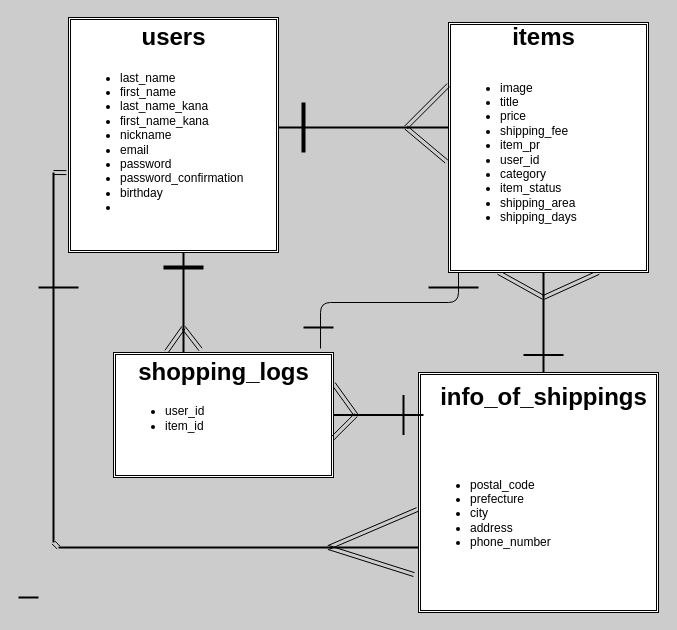
This is config/ER.dio from sekimosan/furima-34870, a draw.io file, before an edit. Source tidied: cells renumbered, new cells numbered last; positions are measured from the earlier drawing's top-left corner, leaving out a move shared by most shapes. Both pictures are drawn from the tidied source at 100%, with x=0, y=0 at pixel (18, 17).
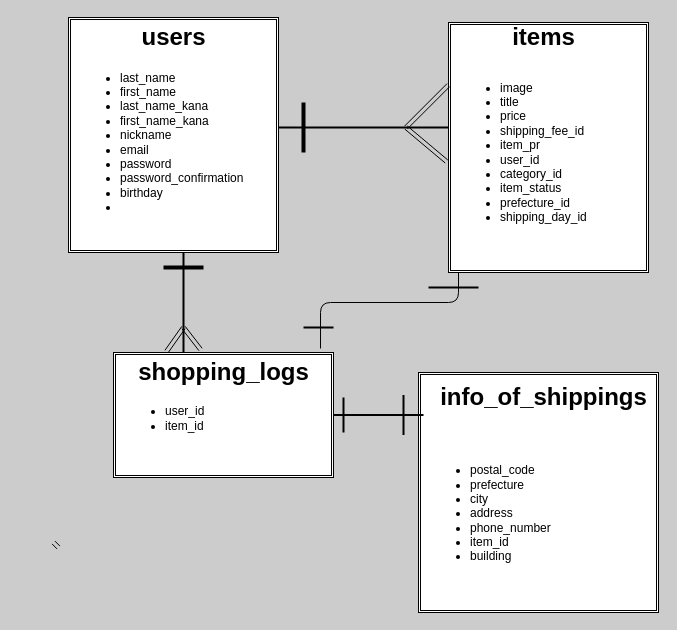
The same diagram, later.

Commit message (it also covers changes not shown here):
データベース設計の修正

Unchanged cells that the change refers to:
```xml
<mxCell id="3" style="shape=ext;double=1;rounded=0;whiteSpace=wrap;html=1;" parent="1" vertex="1">
  <mxGeometry x="50" width="210" height="235" as="geometry" />
</mxCell>
<mxCell id="7" style="shape=ext;double=1;rounded=0;whiteSpace=wrap;html=1;" parent="1" vertex="1">
  <mxGeometry x="430" y="5" width="200" height="250" as="geometry" />
</mxCell>
<mxCell id="8" style="shape=ext;double=1;rounded=0;whiteSpace=wrap;html=1;" parent="1" vertex="1">
  <mxGeometry x="400" y="355" width="240" height="240" as="geometry" />
</mxCell>
<mxCell id="10" style="shape=ext;double=1;rounded=0;whiteSpace=wrap;html=1;" parent="1" vertex="1">
  <mxGeometry x="95" y="335" width="220" height="125" as="geometry" />
</mxCell>
<mxCell id="40" style="line;strokeWidth=2;html=1;align=left;" parent="1" vertex="1">
  <mxGeometry x="315" y="392.5" width="90" height="10" as="geometry" />
</mxCell>
```

What changed in the source:
```diff
@@
-    <mxCell id="5" style="edgeStyle=none;shape=link;rounded=0;jettySize=auto;html=1;exitX=0.25;exitY=1;exitDx=0;exitDy=0;entryX=0.25;entryY=0.5;entryDx=0;entryDy=0;entryPerimeter=0;startArrow=none;startFill=0;" parent="1" edge="1" source="7" target="29">
-      <mxGeometry relative="1" as="geometry" />
-    </mxCell>
-    <mxCell id="6" style="edgeStyle=none;shape=link;rounded=0;jettySize=auto;html=1;exitX=0.75;exitY=1;exitDx=0;exitDy=0;entryX=0.25;entryY=0.5;entryDx=0;entryDy=0;entryPerimeter=0;startArrow=none;startFill=0;" parent="1" edge="1" source="7" target="29">
-      <mxGeometry relative="1" as="geometry" />
-    </mxCell>
@@
-    <mxCell id="9" style="edgeStyle=none;shape=link;rounded=0;jettySize=auto;html=1;exitX=1;exitY=0.25;exitDx=0;exitDy=0;entryX=0.25;entryY=0.5;entryDx=0;entryDy=0;entryPerimeter=0;startArrow=none;startFill=0;" parent="1" edge="1" source="10" target="40">
-      <mxGeometry relative="1" as="geometry" />
-    </mxCell>
@@
-    <mxCell id="14" value="&lt;ul&gt;&lt;li&gt;image&lt;/li&gt;&lt;li&gt;title&lt;/li&gt;&lt;li&gt;price&lt;/li&gt;&lt;li&gt;shipping_fee&lt;/li&gt;&lt;li&gt;item_pr&lt;/li&gt;&lt;li&gt;user_id&lt;/li&gt;&lt;li&gt;category&lt;/li&gt;&lt;li&gt;item_status&lt;/li&gt;&lt;li&gt;shipping_area&lt;/li&gt;&lt;li&gt;shipping_days&lt;/li&gt;&lt;/ul&gt;" style="text;strokeColor=none;fillColor=none;html=1;whiteSpace=wrap;verticalAlign=middle;overflow=hidden;align=left;" parent="1" vertex="1">
+    <mxCell id="14" value="&lt;ul&gt;&lt;li&gt;image&lt;/li&gt;&lt;li&gt;title&lt;/li&gt;&lt;li&gt;price&lt;/li&gt;&lt;li&gt;shipping_fee_id&lt;/li&gt;&lt;li&gt;item_pr&lt;/li&gt;&lt;li&gt;user_id&lt;/li&gt;&lt;li&gt;category_id&lt;/li&gt;&lt;li&gt;item_status&lt;/li&gt;&lt;li&gt;prefecture_id&lt;/li&gt;&lt;li&gt;shipping_day_id&lt;/li&gt;&lt;/ul&gt;" style="text;strokeColor=none;fillColor=none;html=1;whiteSpace=wrap;verticalAlign=middle;overflow=hidden;align=left;" parent="1" vertex="1">
       <mxGeometry x="440" y="25" width="180" height="220" as="geometry" />
     </mxCell>
@@
-    <mxCell id="16" value="&lt;ul&gt;&lt;li&gt;postal_code&lt;/li&gt;&lt;li&gt;prefecture&lt;/li&gt;&lt;li&gt;city&lt;/li&gt;&lt;li&gt;address&lt;/li&gt;&lt;li&gt;phone_number&lt;/li&gt;&lt;/ul&gt;" style="text;strokeColor=none;fillColor=none;html=1;whiteSpace=wrap;verticalAlign=middle;overflow=hidden;align=left;" parent="1" vertex="1">
+    <mxCell id="16" value="&lt;ul&gt;&lt;li&gt;postal_code&lt;/li&gt;&lt;li&gt;prefecture&lt;/li&gt;&lt;li&gt;city&lt;/li&gt;&lt;li&gt;address&lt;/li&gt;&lt;li&gt;phone_number&lt;/li&gt;&lt;li&gt;item_id&lt;/li&gt;&lt;li&gt;building&lt;/li&gt;&lt;/ul&gt;" style="text;strokeColor=none;fillColor=none;html=1;whiteSpace=wrap;verticalAlign=middle;overflow=hidden;align=left;" parent="1" vertex="1">
       <mxGeometry x="410" y="397.5" width="150" height="197.5" as="geometry" />
     </mxCell>
@@
-    <mxCell id="29" style="line;strokeWidth=2;direction=south;html=1;align=left;" parent="1" vertex="1">
-      <mxGeometry x="520" y="255" width="10" height="100" as="geometry" />
-    </mxCell>
-    <mxCell id="30" style="line;strokeWidth=2;html=1;align=left;" parent="1" vertex="1">
-      <mxGeometry x="505" y="332.5" width="40" height="10" as="geometry" />
-    </mxCell>
-    <mxCell id="31" style="edgeStyle=none;shape=link;rounded=0;jettySize=auto;html=1;exitX=1;exitY=0.5;exitDx=0;exitDy=0;exitPerimeter=0;entryX=1;entryY=0.5;entryDx=0;entryDy=0;entryPerimeter=0;startArrow=none;startFill=0;" parent="1" edge="1" source="34" target="36">
-      <mxGeometry relative="1" as="geometry" />
+    <mxCell id="31" style="edgeStyle=none;shape=link;rounded=0;orthogonalLoop=1;jettySize=auto;html=1;exitX=1;exitY=0.5;exitDx=0;exitDy=0;exitPerimeter=0;entryX=1;entryY=0.5;entryDx=0;entryDy=0;entryPerimeter=0;startArrow=none;startFill=0;" parent="1" edge="1">
+      <mxGeometry relative="1" as="geometry">
+        <mxPoint x="40" y="530" as="sourcePoint" />
+        <mxPoint x="35" y="525" as="targetPoint" />
+      </mxGeometry>
     </mxCell>
-    <mxCell id="32" style="edgeStyle=none;shape=link;rounded=0;jettySize=auto;html=1;exitX=0.25;exitY=0.5;exitDx=0;exitDy=0;exitPerimeter=0;entryX=-0.005;entryY=0.571;entryDx=0;entryDy=0;entryPerimeter=0;startArrow=none;startFill=0;" parent="1" edge="1" source="34" target="8">
-      <mxGeometry relative="1" as="geometry" />
-    </mxCell>
-    <mxCell id="33" style="edgeStyle=none;shape=link;rounded=0;jettySize=auto;html=1;exitX=0.25;exitY=0.5;exitDx=0;exitDy=0;exitPerimeter=0;entryX=-0.019;entryY=0.842;entryDx=0;entryDy=0;entryPerimeter=0;startArrow=none;startFill=0;" parent="1" edge="1" source="34" target="8">
-      <mxGeometry relative="1" as="geometry" />
-    </mxCell>
-    <mxCell id="34" style="line;strokeWidth=2;direction=west;html=1;align=left;" parent="1" vertex="1">
-      <mxGeometry x="40" y="525" width="360" height="10" as="geometry" />
-    </mxCell>
-    <mxCell id="35" style="edgeStyle=none;shape=link;rounded=0;jettySize=auto;html=1;exitX=0;exitY=0.5;exitDx=0;exitDy=0;exitPerimeter=0;entryX=-0.01;entryY=0.66;entryDx=0;entryDy=0;entryPerimeter=0;startArrow=none;startFill=0;" parent="1" edge="1" source="36" target="3">
-      <mxGeometry relative="1" as="geometry" />
-    </mxCell>
-    <mxCell id="36" style="line;strokeWidth=2;direction=south;html=1;align=left;" parent="1" vertex="1">
-      <mxGeometry x="30" y="155" width="10" height="370" as="geometry" />
-    </mxCell>
-    <mxCell id="37" style="line;strokeWidth=2;html=1;align=left;" parent="1" vertex="1">
-      <mxGeometry y="575" width="20" height="10" as="geometry" />
-    </mxCell>
-    <mxCell id="38" style="line;strokeWidth=2;html=1;align=left;" parent="1" vertex="1">
-      <mxGeometry x="20" y="265" width="40" height="10" as="geometry" />
-    </mxCell>
-    <mxCell id="39" style="edgeStyle=none;shape=link;rounded=0;jettySize=auto;html=1;exitX=0.25;exitY=0.5;exitDx=0;exitDy=0;exitPerimeter=0;entryX=0.995;entryY=0.688;entryDx=0;entryDy=0;entryPerimeter=0;startArrow=none;startFill=0;" parent="1" edge="1" source="40" target="10">
-      <mxGeometry relative="1" as="geometry" />
-    </mxCell>
@@
+    <mxCell id="42" style="line;strokeWidth=2;direction=south;html=1;align=left;" parent="1" vertex="1">
+      <mxGeometry x="320" y="380" width="10" height="35" as="geometry" />
+    </mxCell>
```
